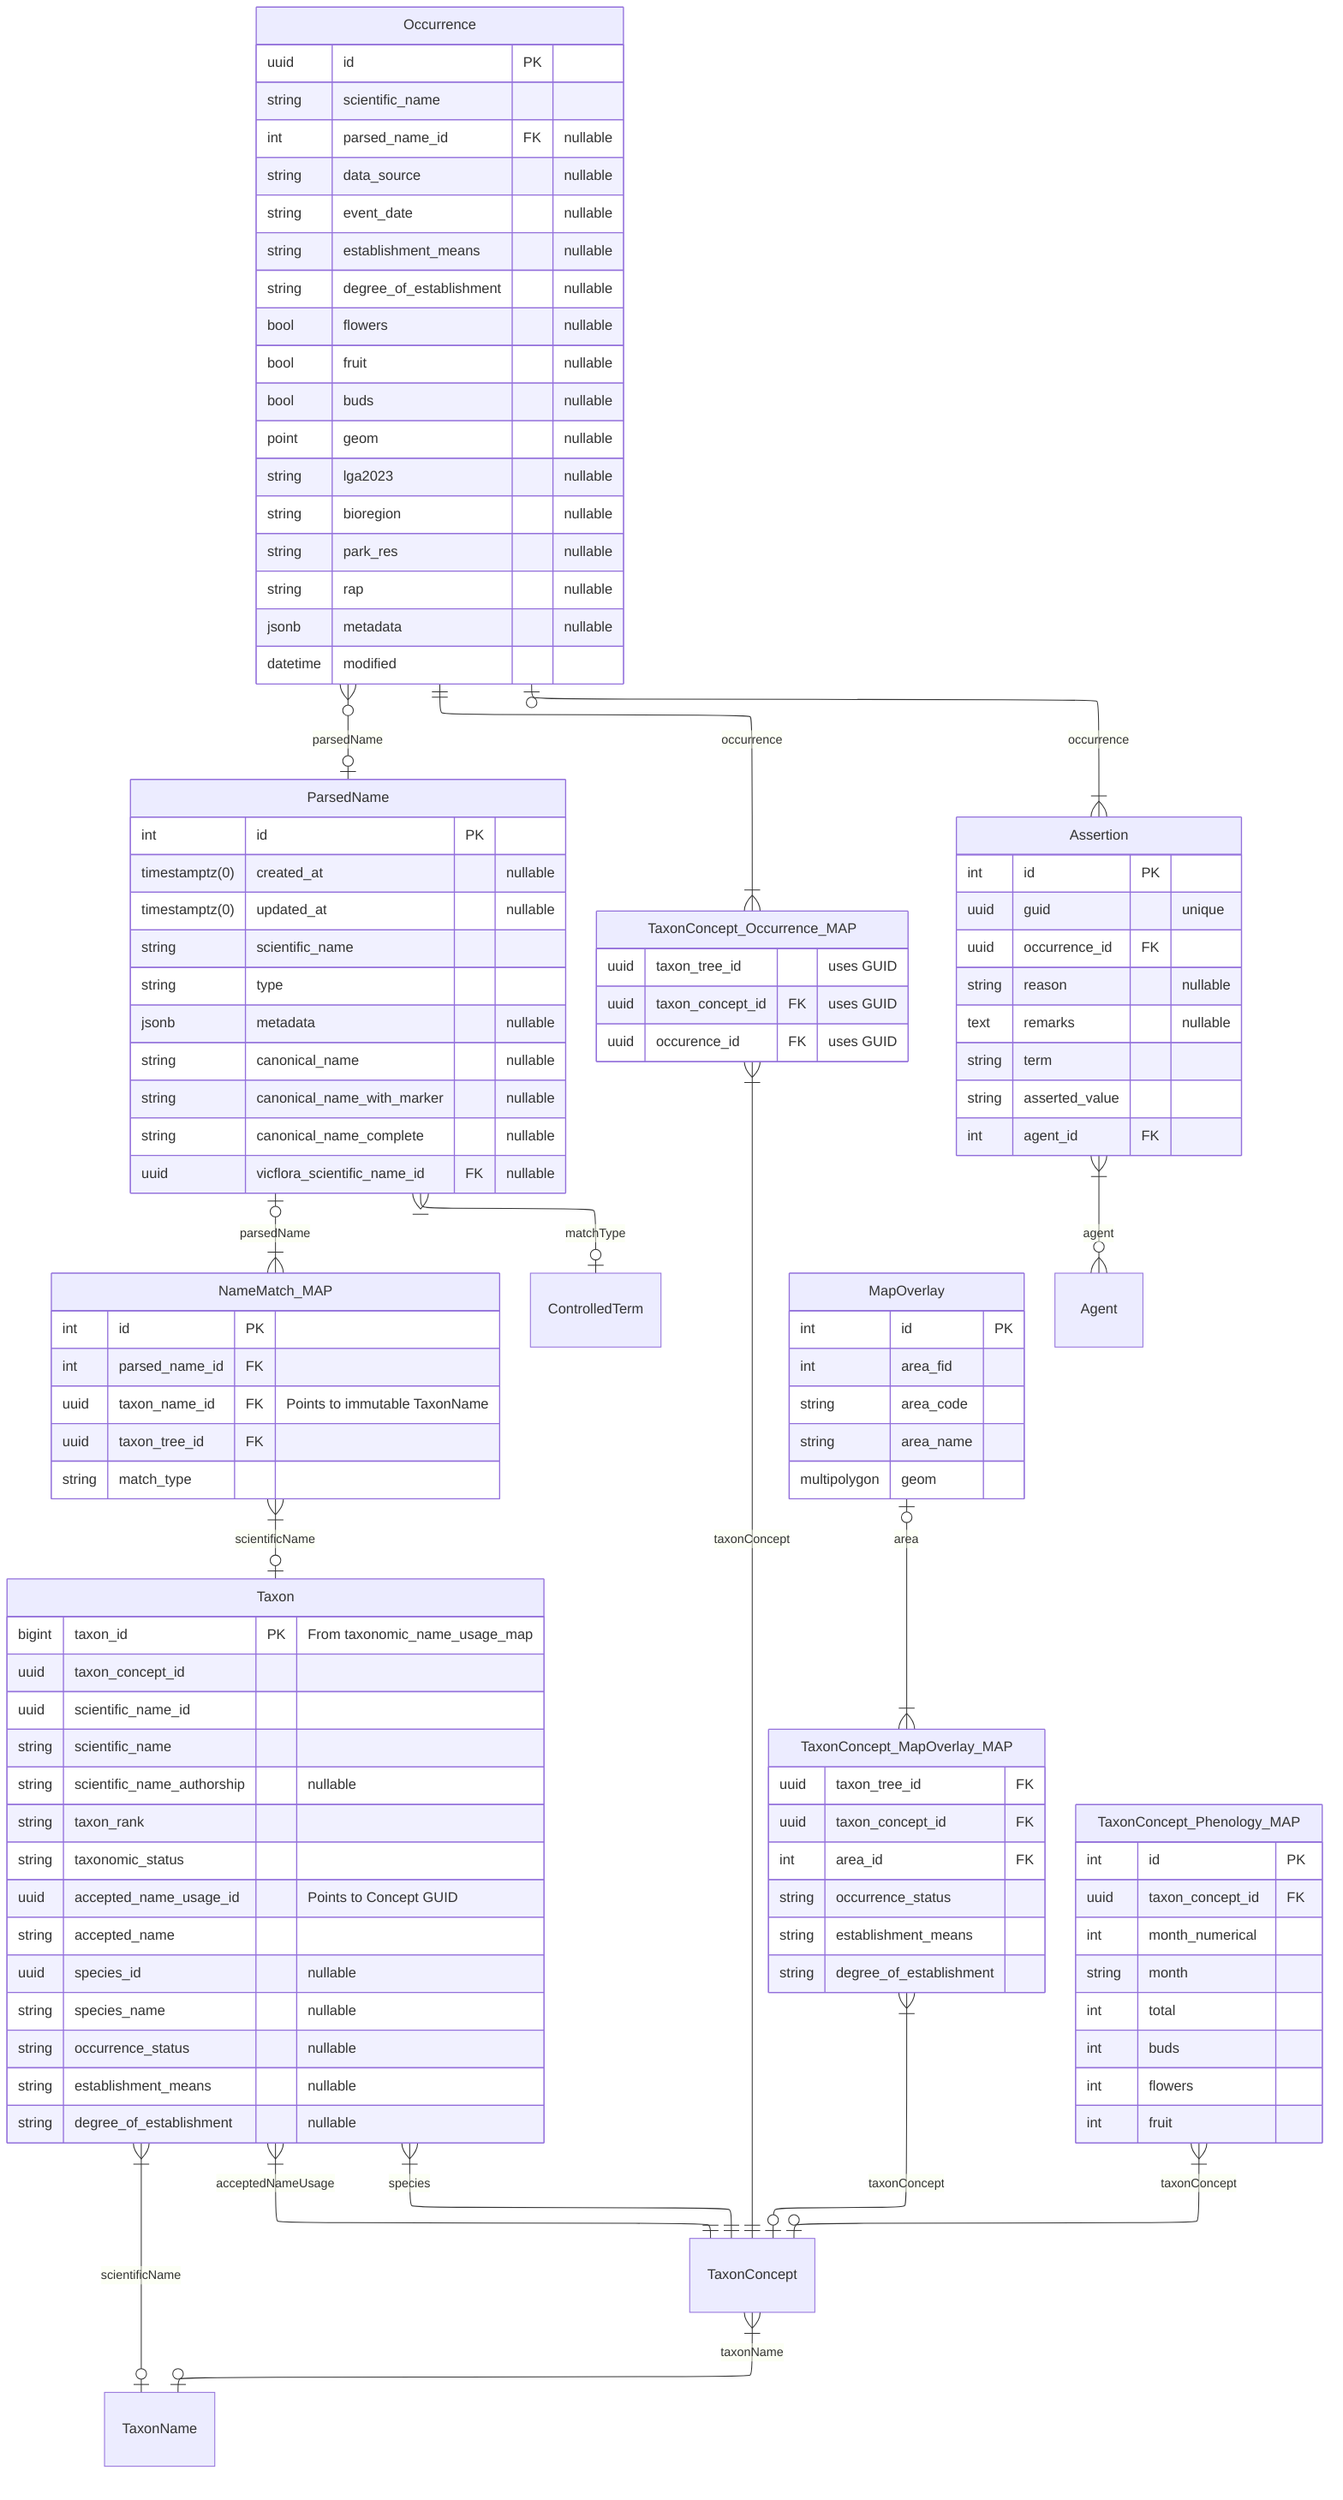
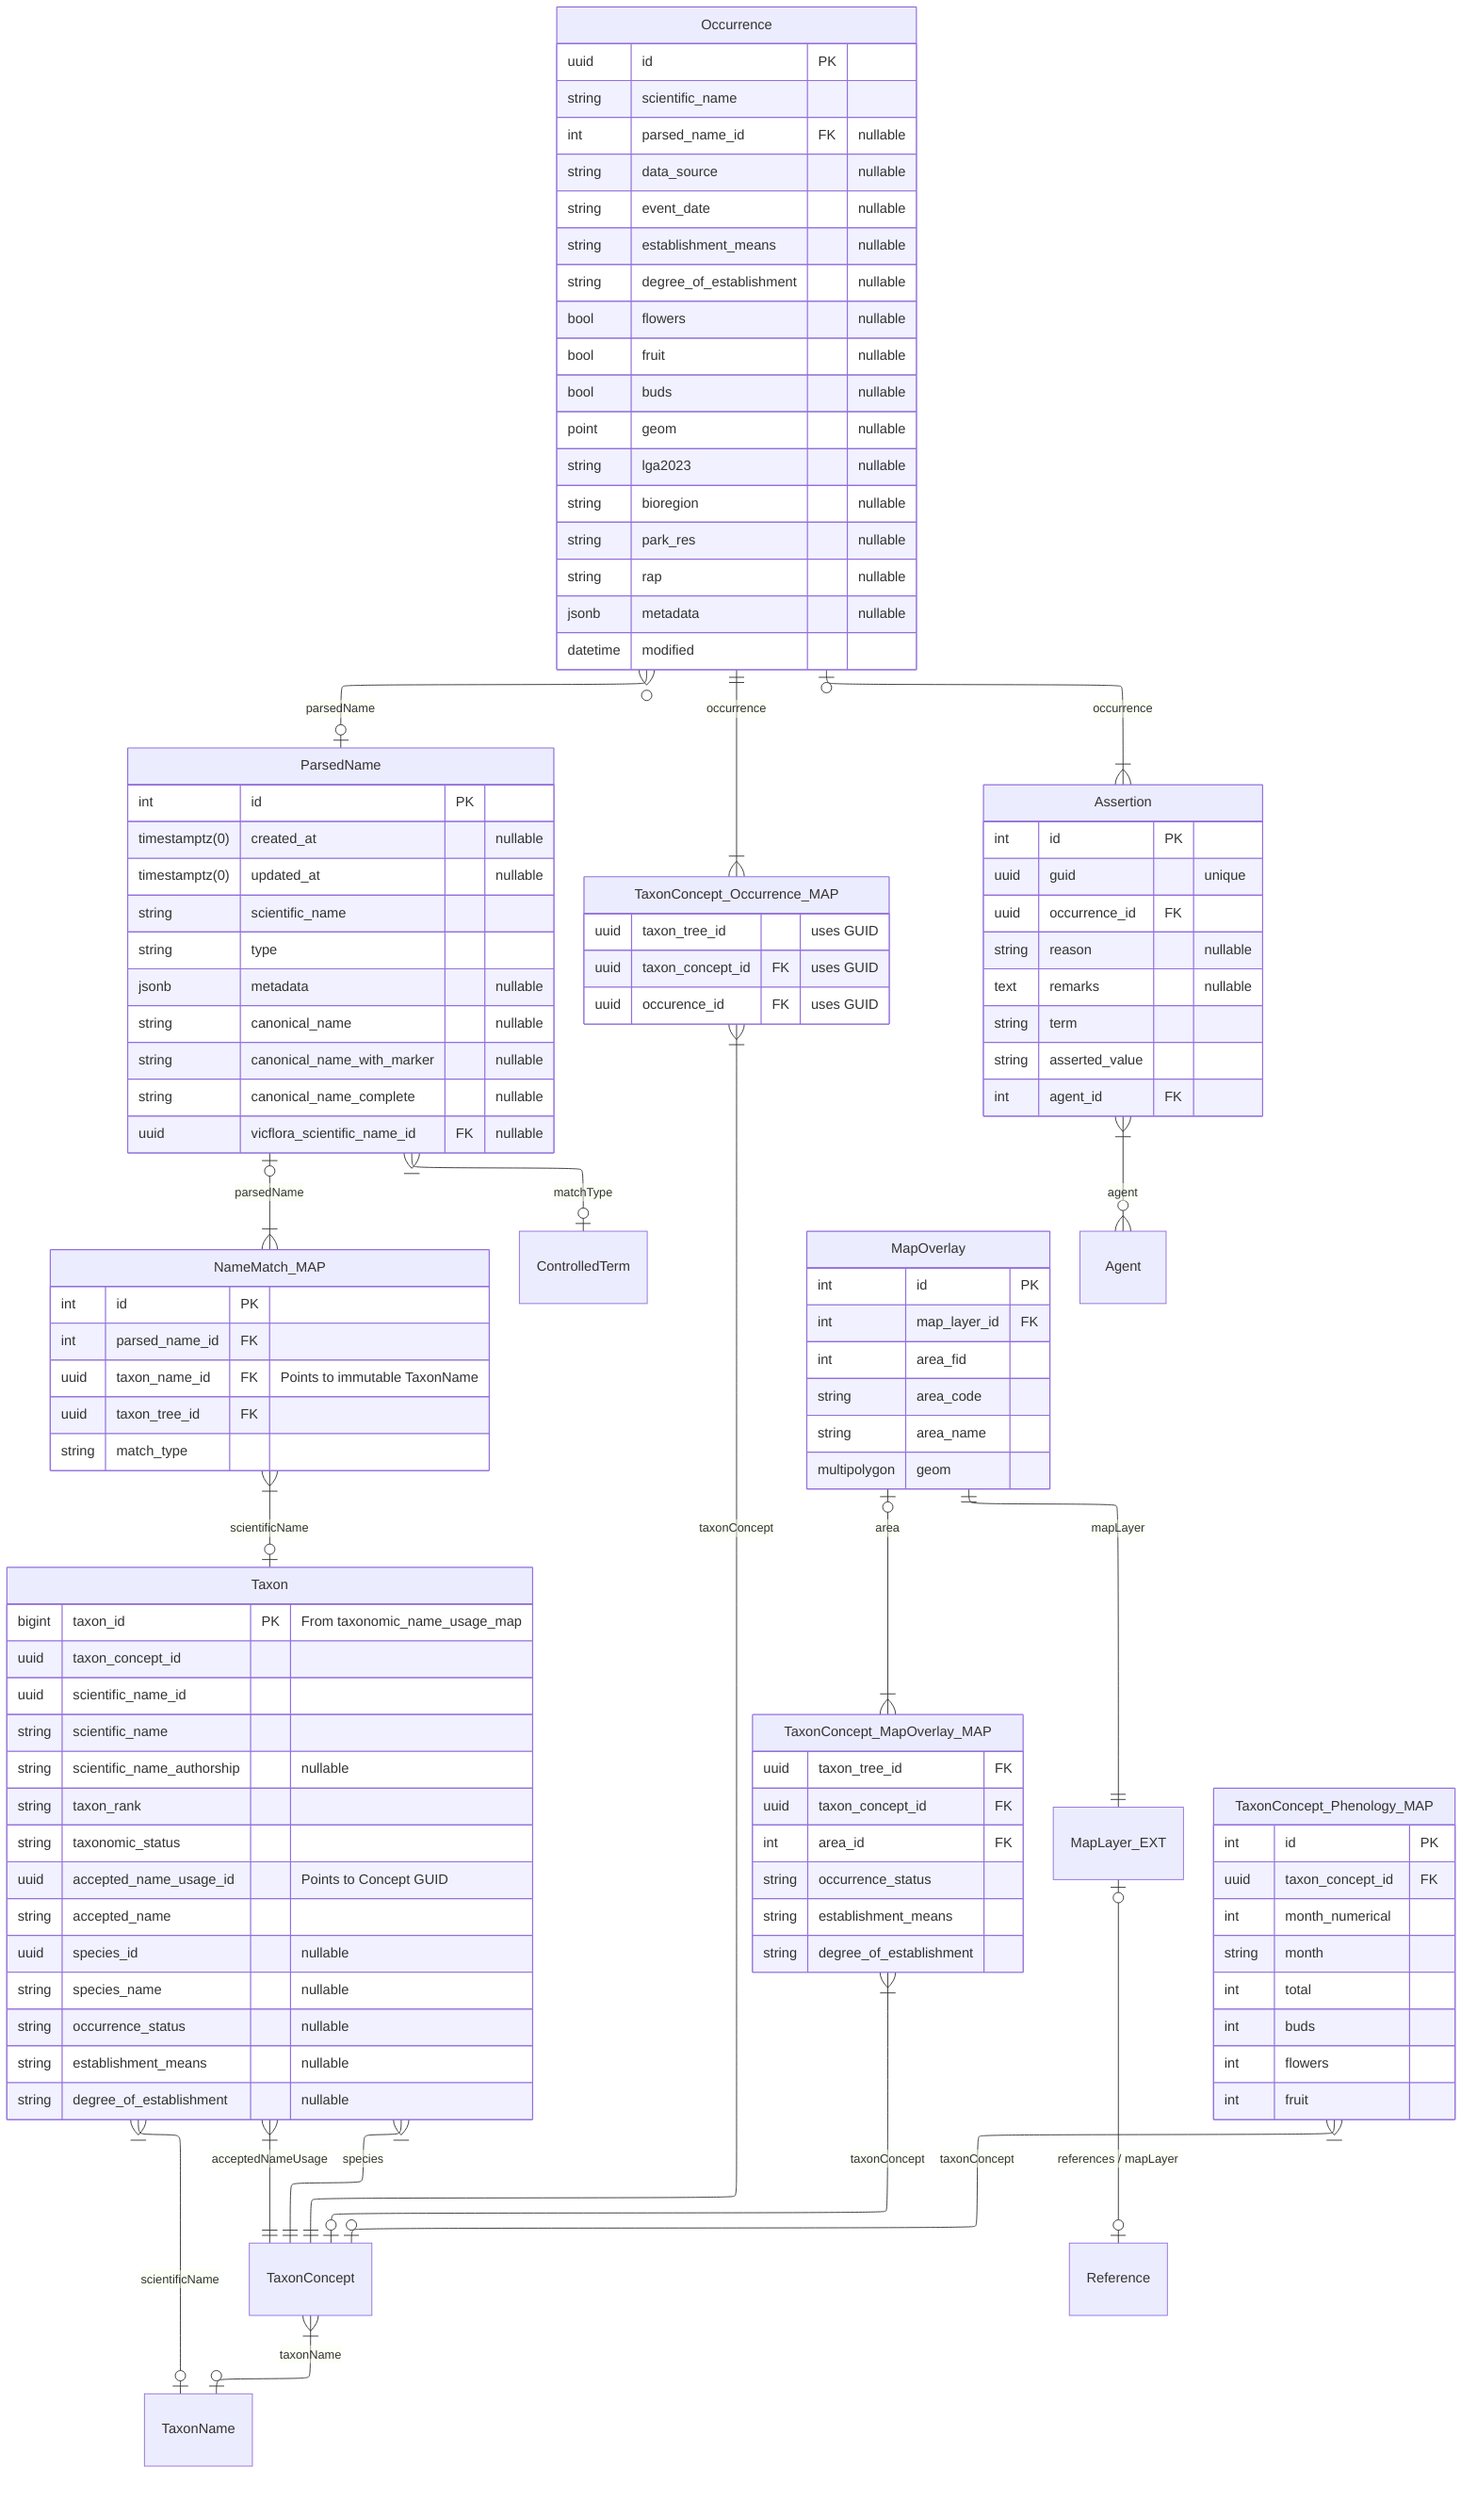
---
config:
    layout: elk
---
erDiagram
  Occurrence }o--o| ParsedName : "parsedName"
  ParsedName |o--|{ NameMatch_MAP : parsedName
  NameMatch_MAP }|--o| Taxon : scientificName
  ParsedName }|--o| ControlledTerm : matchType
  Taxon }|--|| TaxonConcept : acceptedNameUsage
  Taxon }|--|| TaxonConcept : species
  Taxon }|--o| TaxonName : scientificName
  Occurrence ||--|{ TaxonConcept_Occurrence_MAP : occurrence
  TaxonConcept_Occurrence_MAP }|--|| TaxonConcept : taxonConcept
  TaxonConcept }|--o| TaxonName : taxonName

  MapOverlay |o--|{ TaxonConcept_MapOverlay_MAP : area
  TaxonConcept_MapOverlay_MAP }|--o| TaxonConcept : taxonConcept
+   MapOverlay ||--|| MapLayer_EXT : mapLayer
+   MapLayer_EXT |o--o| Reference : "references / mapLayer"

  TaxonConcept_Phenology_MAP }|--o| TaxonConcept : taxonConcept

  Occurrence |o--|{ Assertion : occurrence
  Assertion }|--o{ Agent : agent

  Occurrence {
    uuid id PK
    string scientific_name
    int parsed_name_id FK "nullable"
    string data_source "nullable"
    string event_date "nullable"

    string establishment_means "nullable"
    string degree_of_establishment "nullable"
    bool flowers "nullable"
    bool fruit "nullable"
    bool buds "nullable"

    point geom "nullable"
    string lga2023 "nullable"
    string bioregion "nullable"
    string park_res "nullable"
    string rap "nullable"

    jsonb metadata "nullable"

    datetime modified
  }

  ParsedName {
    int id PK
    timestamptz(0) created_at "nullable"
    timestamptz(0) updated_at "nullable"
    string scientific_name
    string type
    jsonb metadata "nullable"
    string canonical_name "nullable"
    string canonical_name_with_marker "nullable"
    string canonical_name_complete "nullable"
    uuid vicflora_scientific_name_id FK "nullable"
  }

  NameMatch_MAP {
    int id PK
    int parsed_name_id FK
    uuid taxon_name_id FK "Points to immutable TaxonName"
    uuid taxon_tree_id FK
    string match_type
  }

  Taxon {
    bigint taxon_id PK "From taxonomic_name_usage_map"
    uuid taxon_concept_id
    uuid scientific_name_id
    string scientific_name
    string scientific_name_authorship "nullable"
    string taxon_rank
    string taxonomic_status
    uuid accepted_name_usage_id "Points to Concept GUID"
    string accepted_name
    uuid species_id "nullable"
    string species_name "nullable"
    string occurrence_status "nullable"
    string establishment_means "nullable"
    string degree_of_establishment "nullable"
  }

  TaxonConcept_Occurrence_MAP {
    uuid taxon_tree_id "uses GUID"
    uuid taxon_concept_id FK "uses GUID"
    uuid occurence_id FK "uses GUID"
  }

  MapOverlay {
    int id PK
+     int map_layer_id FK
    int area_fid
    string area_code
    string area_name
    multipolygon geom
  }

  TaxonConcept_MapOverlay_MAP {
    uuid taxon_tree_id FK
    uuid taxon_concept_id FK
    int area_id FK
    string occurrence_status
    string establishment_means
    string degree_of_establishment
  }

  Assertion {
    int id PK
    uuid guid "unique"
    uuid occurrence_id FK
    string reason "nullable"
    text remarks "nullable"
    string term
    string asserted_value
    int agent_id FK
  }

  TaxonConcept_Phenology_MAP {
    int id PK
    uuid taxon_concept_id FK
    int month_numerical
    string month
    int total
    int buds
    int flowers
    int fruit
  }